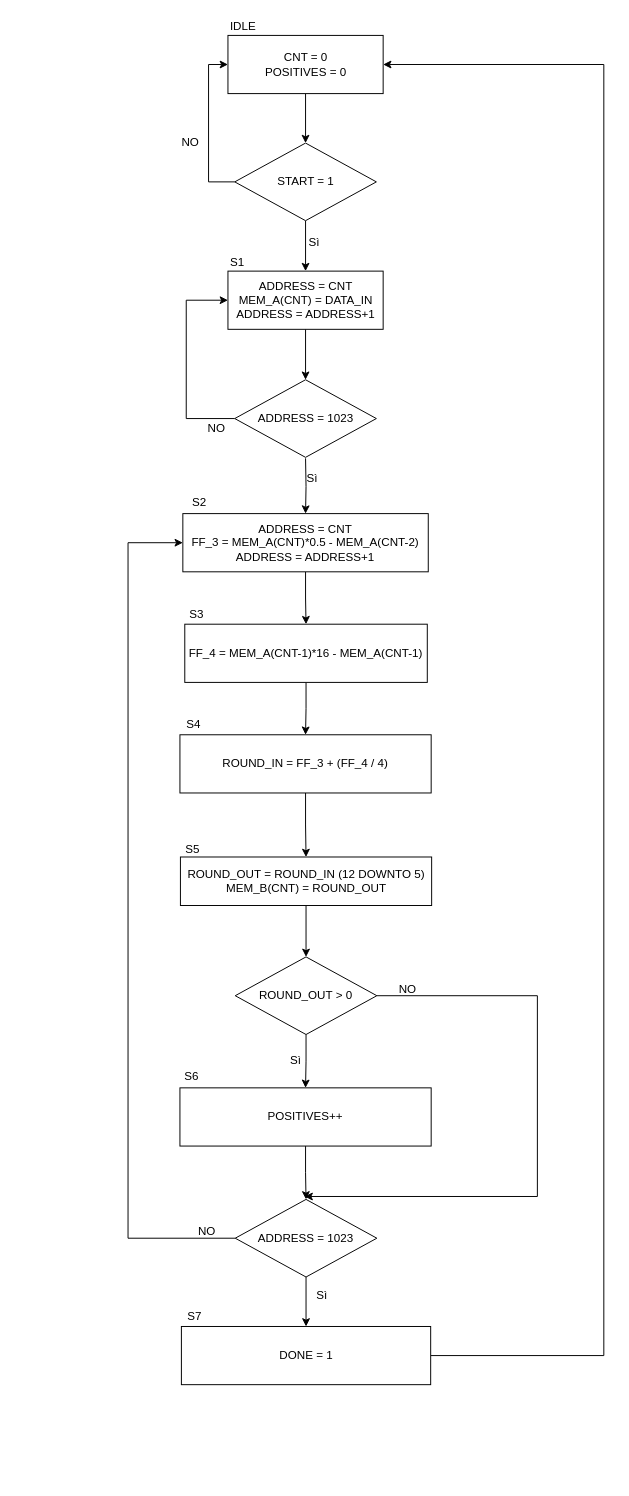
leobel96/Polito-ESD-NeuralNetwork keeps this draw.io diagram as lab6/Algorithm ASM.drawio. Above is the earlier version. Source tidied: cells renumbered, new cells numbered last; positions are measured from the earlier drawing's top-left corner, leaving out a move shared by most shapes. Both pictures are drawn from the tidied source at 97%, with x=0, y=0 at pixel (128, 16).
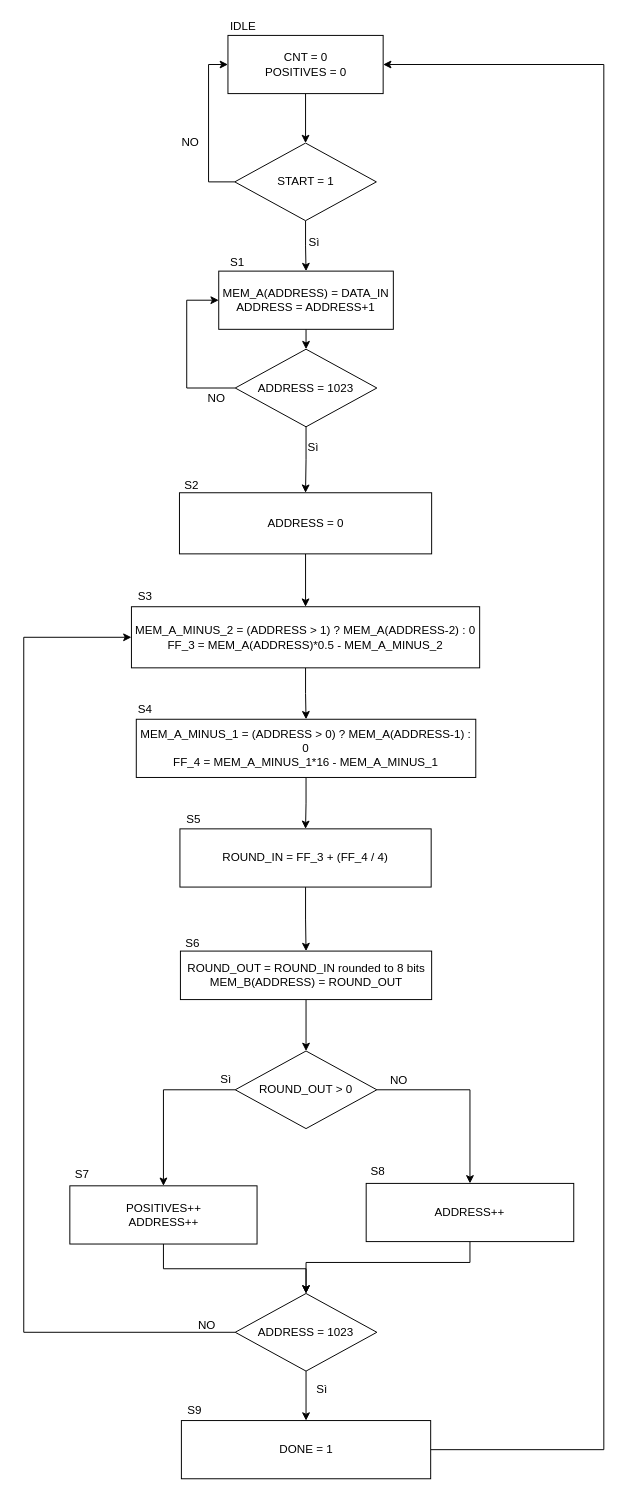
Above is the later version.

Unchanged cells that the change refers to:
```xml
<mxCell id="3" value="&lt;div&gt;CNT = 0&lt;/div&gt;&lt;div&gt;POSITIVES = 0&lt;br&gt;&lt;/div&gt;" style="rounded=0;whiteSpace=wrap;html=1;" parent="1" vertex="1">
  <mxGeometry x="102.5" y="19" width="160" height="60" as="geometry" />
</mxCell>
```

The edit, as a diff of the source:
```diff
@@
-    <mxCell id="6" value="&lt;div&gt;ADDRESS = CNT&lt;br&gt;&lt;/div&gt;&lt;div&gt;MEM_A(CNT) = DATA_IN&lt;/div&gt;&lt;div&gt;ADDRESS = ADDRESS+1&lt;br&gt;&lt;/div&gt;" style="rounded=0;whiteSpace=wrap;html=1;" parent="1" vertex="1">
-      <mxGeometry x="102.5" y="262" width="160" height="60" as="geometry" />
+    <mxCell id="6" value="&lt;div&gt;MEM_A(ADDRESS) = DATA_IN&lt;/div&gt;&lt;div&gt;ADDRESS = ADDRESS+1&lt;br&gt;&lt;/div&gt;" style="rounded=0;whiteSpace=wrap;html=1;" parent="1" vertex="1">
+      <mxGeometry x="93" y="262" width="180" height="60" as="geometry" />
     </mxCell>
@@
     <mxCell id="8" style="edgeStyle=orthogonalEdgeStyle;rounded=0;jettySize=auto;html=1;exitX=0;exitY=0.5;exitDx=0;exitDy=0;entryX=0;entryY=0.5;entryDx=0;entryDy=0;" parent="1" edge="1" source="9" target="6">
       <mxGeometry relative="1" as="geometry">
         <Array as="points">
-          <mxPoint x="59.5" y="414" />
-          <mxPoint x="59.5" y="292" />
+          <mxPoint x="60" y="383" />
+          <mxPoint x="60" y="292" />
         </Array>
       </mxGeometry>
     </mxCell>
+    <mxCell id="46" style="edgeStyle=orthogonalEdgeStyle;rounded=0;jettySize=auto;html=1;exitX=0.5;exitY=1;exitDx=0;exitDy=0;entryX=0.5;entryY=0;entryDx=0;entryDy=0;" parent="1" edge="1" source="9" target="52">
+      <mxGeometry relative="1" as="geometry" />
+    </mxCell>
     <mxCell id="9" value="ADDRESS = 1023" style="rhombus;whiteSpace=wrap;html=1;" parent="1" vertex="1">
-      <mxGeometry x="109.5" y="374" width="146" height="80" as="geometry" />
+      <mxGeometry x="110" y="342.5" width="146" height="80" as="geometry" />
     </mxCell>
     <mxCell id="10" value="NO" style="text;html=1;align=left;verticalAlign=top;spacingTop=-4;" parent="1" vertex="1">
-      <mxGeometry x="79.5" y="414" width="30" height="20" as="geometry" />
+      <mxGeometry x="80" y="382.5" width="30" height="20" as="geometry" />
     </mxCell>
@@
-    <mxCell id="12" value="&lt;div&gt;ADDRESS = CNT&lt;br&gt;&lt;/div&gt;&lt;div&gt;&lt;div&gt;FF_3 = MEM_A(CNT)*0.5 - MEM_A(CNT-2)&lt;br&gt;&lt;/div&gt;ADDRESS = ADDRESS+1&lt;/div&gt;" style="rounded=0;whiteSpace=wrap;html=1;" parent="1" vertex="1">
-      <mxGeometry x="56" y="512" width="253" height="60" as="geometry" />
+    <mxCell id="12" value="&lt;div&gt;MEM_A_MINUS_2 = (ADDRESS &amp;gt; 1) ? MEM_A(ADDRESS-2) : 0&lt;/div&gt;&lt;div&gt;&lt;div&gt;FF_3 = MEM_A(ADDRESS)*0.5 - MEM_A_MINUS_2 &lt;br&gt;&lt;/div&gt;&lt;/div&gt;" style="rounded=0;whiteSpace=wrap;html=1;" parent="1" vertex="1">
+      <mxGeometry x="3" y="608" width="359" height="63" as="geometry" />
     </mxCell>
@@
-    <mxCell id="14" value="FF_4 = MEM_A(CNT-1)*16 - MEM_A(CNT-1)" style="rounded=0;whiteSpace=wrap;html=1;" parent="1" vertex="1">
-      <mxGeometry x="58" y="626" width="250" height="60" as="geometry" />
+    <mxCell id="14" value="&lt;div&gt;MEM_A_MINUS_1 = (ADDRESS &amp;gt; 0) ? MEM_A(ADDRESS-1) : 0&lt;/div&gt;&lt;div&gt;FF_4 = MEM_A_MINUS_1*16 - MEM_A_MINUS_1&lt;/div&gt;" style="rounded=0;whiteSpace=wrap;html=1;" parent="1" vertex="1">
+      <mxGeometry x="8" y="724" width="350" height="60" as="geometry" />
     </mxCell>
@@
     <mxCell id="16" value="&lt;div&gt;ROUND_IN = FF_3 + (FF_4 / 4)&lt;/div&gt;" style="rounded=0;whiteSpace=wrap;html=1;" parent="1" vertex="1">
-      <mxGeometry x="53" y="740" width="259" height="60" as="geometry" />
+      <mxGeometry x="53" y="837" width="259" height="60" as="geometry" />
     </mxCell>
     <mxCell id="17" value="Sì" style="text;html=1;align=left;verticalAlign=top;spacingTop=-4;" parent="1" vertex="1">
-      <mxGeometry x="182" y="465.5" width="30" height="20" as="geometry" />
+      <mxGeometry x="182.5" y="434" width="30" height="20" as="geometry" />
     </mxCell>
     <mxCell id="18" style="edgeStyle=orthogonalEdgeStyle;rounded=0;jettySize=auto;html=1;exitX=0;exitY=0.5;exitDx=0;exitDy=0;entryX=0;entryY=0.5;entryDx=0;entryDy=0;" parent="1" edge="1" source="20" target="12">
       <mxGeometry relative="1" as="geometry">
         <Array as="points">
-          <mxPoint x="-0.5" y="1259" />
-          <mxPoint x="-0.5" y="542" />
+          <mxPoint x="-108" y="1356" />
+          <mxPoint x="-108" y="640" />
         </Array>
       </mxGeometry>
     </mxCell>
@@
     <mxCell id="20" value="ADDRESS = 1023" style="rhombus;whiteSpace=wrap;html=1;" parent="1" vertex="1">
-      <mxGeometry x="110" y="1219" width="146" height="80" as="geometry" />
+      <mxGeometry x="110" y="1316" width="146" height="80" as="geometry" />
     </mxCell>
-    <mxCell id="21" style="edgeStyle=orthogonalEdgeStyle;rounded=0;jettySize=auto;html=1;exitX=0.5;exitY=1;exitDx=0;exitDy=0;entryX=0.5;entryY=0;entryDx=0;entryDy=0;" parent="1" edge="1" target="12">
-      <mxGeometry relative="1" as="geometry">
-        <mxPoint x="182.5" y="455" as="sourcePoint" />
-      </mxGeometry>
-    </mxCell>
     <mxCell id="22" value="NO" style="text;html=1;align=left;verticalAlign=top;spacingTop=-4;" parent="1" vertex="1">
-      <mxGeometry x="69.5" y="1242" width="30" height="20" as="geometry" />
+      <mxGeometry x="69.5" y="1339" width="30" height="20" as="geometry" />
     </mxCell>
     <mxCell id="23" value="Sì" style="text;html=1;align=left;verticalAlign=top;spacingTop=-4;" parent="1" vertex="1">
-      <mxGeometry x="191.5" y="1308" width="30" height="20" as="geometry" />
+      <mxGeometry x="191.5" y="1405" width="30" height="20" as="geometry" />
     </mxCell>
     <mxCell id="24" style="edgeStyle=orthogonalEdgeStyle;rounded=0;jettySize=auto;html=1;exitX=1;exitY=0.5;exitDx=0;exitDy=0;entryX=1;entryY=0.5;entryDx=0;entryDy=0;" parent="1" edge="1" source="25" target="3">
       <mxGeometry relative="1" as="geometry">
         <Array as="points">
-          <mxPoint x="490" y="1380" />
+          <mxPoint x="490" y="1477" />
           <mxPoint x="490" y="49" />
         </Array>
       </mxGeometry>
     </mxCell>
     <mxCell id="25" value="DONE = 1" style="rounded=0;whiteSpace=wrap;html=1;" parent="1" vertex="1">
-      <mxGeometry x="54.5" y="1350" width="257" height="60" as="geometry" />
+      <mxGeometry x="54.5" y="1447" width="257" height="60" as="geometry" />
     </mxCell>
@@
-    <mxCell id="31" value="S2" style="text;html=1;align=left;verticalAlign=top;spacingTop=-4;" parent="1" vertex="1">
-      <mxGeometry x="64" y="491" width="30" height="20" as="geometry" />
+    <mxCell id="31" value="S3" style="text;html=1;align=left;verticalAlign=top;spacingTop=-4;" parent="1" vertex="1">
+      <mxGeometry x="8" y="588" width="30" height="20" as="geometry" />
     </mxCell>
-    <mxCell id="32" value="S3" style="text;html=1;align=left;verticalAlign=top;spacingTop=-4;" parent="1" vertex="1">
-      <mxGeometry x="61" y="606" width="30" height="20" as="geometry" />
+    <mxCell id="32" value="S4" style="text;html=1;align=left;verticalAlign=top;spacingTop=-4;" parent="1" vertex="1">
+      <mxGeometry x="8" y="704" width="30" height="20" as="geometry" />
     </mxCell>
-    <mxCell id="33" value="S4" style="text;html=1;align=left;verticalAlign=top;spacingTop=-4;" parent="1" vertex="1">
-      <mxGeometry x="58" y="720" width="30" height="20" as="geometry" />
+    <mxCell id="33" value="S5" style="text;html=1;align=left;verticalAlign=top;spacingTop=-4;" parent="1" vertex="1">
+      <mxGeometry x="58" y="817" width="30" height="20" as="geometry" />
     </mxCell>
-    <mxCell id="34" style="edgeStyle=orthogonalEdgeStyle;rounded=0;jettySize=auto;html=1;" parent="1" edge="1" source="36" target="38">
+    <mxCell id="34" style="edgeStyle=orthogonalEdgeStyle;rounded=0;jettySize=auto;html=1;exitX=0;exitY=0.5;exitDx=0;exitDy=0;entryX=0.5;entryY=0;entryDx=0;entryDy=0;" parent="1" edge="1" source="36" target="38">
       <mxGeometry relative="1" as="geometry" />
     </mxCell>
-    <mxCell id="35" style="edgeStyle=orthogonalEdgeStyle;rounded=0;jettySize=auto;html=1;exitX=1;exitY=0.5;exitDx=0;exitDy=0;" parent="1" edge="1" source="36">
-      <mxGeometry relative="1" as="geometry">
-        <mxPoint x="181.5" y="1216" as="targetPoint" />
-        <Array as="points">
-          <mxPoint x="421.5" y="1009" />
-          <mxPoint x="421.5" y="1216" />
-        </Array>
-      </mxGeometry>
-    </mxCell>
+    <mxCell id="47" style="edgeStyle=orthogonalEdgeStyle;rounded=0;jettySize=auto;html=1;exitX=1;exitY=0.5;exitDx=0;exitDy=0;entryX=0.5;entryY=0;entryDx=0;entryDy=0;" parent="1" edge="1" source="36" target="49">
+      <mxGeometry relative="1" as="geometry" />
+    </mxCell>
     <mxCell id="36" value="ROUND_OUT &amp;gt; 0" style="rhombus;whiteSpace=wrap;html=1;" parent="1" vertex="1">
-      <mxGeometry x="110" y="969" width="146" height="80" as="geometry" />
+      <mxGeometry x="110" y="1066" width="146" height="80" as="geometry" />
     </mxCell>
@@
-    <mxCell id="38" value="POSITIVES++" style="rounded=0;whiteSpace=wrap;html=1;" parent="1" vertex="1">
-      <mxGeometry x="53" y="1104" width="259" height="60" as="geometry" />
+    <mxCell id="38" value="&lt;div&gt;POSITIVES++&lt;/div&gt;&lt;div&gt;&lt;div&gt;ADDRESS++&lt;/div&gt;&lt;/div&gt;" style="rounded=0;whiteSpace=wrap;html=1;" parent="1" vertex="1">
+      <mxGeometry x="-60.5" y="1205" width="193" height="60" as="geometry" />
     </mxCell>
     <mxCell id="39" value="Sì" style="text;html=1;align=left;verticalAlign=top;spacingTop=-4;" parent="1" vertex="1">
-      <mxGeometry x="164.5" y="1065.5" width="30" height="20" as="geometry" />
+      <mxGeometry x="92.5" y="1086" width="30" height="20" as="geometry" />
     </mxCell>
     <mxCell id="40" value="NO" style="text;html=1;align=left;verticalAlign=top;spacingTop=-4;" parent="1" vertex="1">
-      <mxGeometry x="277" y="993" width="30" height="20" as="geometry" />
+      <mxGeometry x="268" y="1087" width="30" height="20" as="geometry" />
     </mxCell>
-    <mxCell id="41" value="S6" style="text;html=1;align=left;verticalAlign=top;spacingTop=-4;" parent="1" vertex="1">
-      <mxGeometry x="56" y="1081.5" width="30" height="20" as="geometry" />
+    <mxCell id="41" value="S7" style="text;html=1;align=left;verticalAlign=top;spacingTop=-4;" parent="1" vertex="1">
+      <mxGeometry x="-57.5" y="1182.5" width="30" height="20" as="geometry" />
     </mxCell>
-    <mxCell id="42" value="S7" style="text;html=1;align=left;verticalAlign=top;spacingTop=-4;" parent="1" vertex="1">
-      <mxGeometry x="58.5" y="1330" width="30" height="20" as="geometry" />
+    <mxCell id="42" value="S9" style="text;html=1;align=left;verticalAlign=top;spacingTop=-4;" parent="1" vertex="1">
+      <mxGeometry x="58.5" y="1427" width="30" height="20" as="geometry" />
     </mxCell>
@@
-    <mxCell id="44" value="&lt;div&gt;ROUND_OUT = ROUND_IN (12 DOWNTO 5)&lt;/div&gt;&lt;div&gt;&lt;span&gt;MEM_B(CNT) = ROUND_OUT&lt;/span&gt;&lt;/div&gt;" style="rounded=0;whiteSpace=wrap;html=1;" parent="1" vertex="1">
-      <mxGeometry x="53.5" y="866" width="259" height="50" as="geometry" />
+    <mxCell id="44" value="&lt;div&gt;ROUND_OUT = ROUND_IN rounded to 8 bits&lt;br&gt;&lt;/div&gt;&lt;div&gt;&lt;span&gt;MEM_B(ADDRESS) = ROUND_OUT&lt;/span&gt;&lt;/div&gt;" style="rounded=0;whiteSpace=wrap;html=1;" parent="1" vertex="1">
+      <mxGeometry x="53.5" y="963" width="259" height="50" as="geometry" />
     </mxCell>
-    <mxCell id="45" value="S5&lt;br&gt;" style="text;html=1;align=left;verticalAlign=top;spacingTop=-4;" parent="1" vertex="1">
-      <mxGeometry x="57" y="848" width="30" height="20" as="geometry" />
+    <mxCell id="45" value="S6" style="text;html=1;align=left;verticalAlign=top;spacingTop=-4;" parent="1" vertex="1">
+      <mxGeometry x="57" y="945" width="30" height="20" as="geometry" />
     </mxCell>
+    <mxCell id="48" style="edgeStyle=orthogonalEdgeStyle;rounded=0;jettySize=auto;html=1;exitX=0.5;exitY=1;exitDx=0;exitDy=0;entryX=0.5;entryY=0;entryDx=0;entryDy=0;" parent="1" edge="1" source="49" target="20">
+      <mxGeometry relative="1" as="geometry">
+        <Array as="points">
+          <mxPoint x="352" y="1284" />
+          <mxPoint x="183" y="1284" />
+        </Array>
+      </mxGeometry>
+    </mxCell>
+    <mxCell id="49" value="&lt;div&gt;&lt;div&gt;&lt;div&gt;ADDRESS++&lt;/div&gt;&lt;/div&gt;&lt;/div&gt;" style="rounded=0;whiteSpace=wrap;html=1;" parent="1" vertex="1">
+      <mxGeometry x="245" y="1202.5" width="214" height="60" as="geometry" />
+    </mxCell>
+    <mxCell id="50" value="S8" style="text;html=1;align=left;verticalAlign=top;spacingTop=-4;" parent="1" vertex="1">
+      <mxGeometry x="247.5" y="1180" width="30" height="20" as="geometry" />
+    </mxCell>
+    <mxCell id="51" style="edgeStyle=orthogonalEdgeStyle;rounded=0;jettySize=auto;html=1;exitX=0.5;exitY=1;exitDx=0;exitDy=0;entryX=0.5;entryY=0;entryDx=0;entryDy=0;" parent="1" edge="1" source="52" target="12">
+      <mxGeometry relative="1" as="geometry" />
+    </mxCell>
+    <mxCell id="52" value="ADDRESS = 0" style="rounded=0;whiteSpace=wrap;html=1;" parent="1" vertex="1">
+      <mxGeometry x="52.5" y="490.5" width="260" height="63" as="geometry" />
+    </mxCell>
+    <mxCell id="53" value="S2" style="text;html=1;align=left;verticalAlign=top;spacingTop=-4;" parent="1" vertex="1">
+      <mxGeometry x="56" y="472.5" width="30" height="20" as="geometry" />
+    </mxCell>
```
